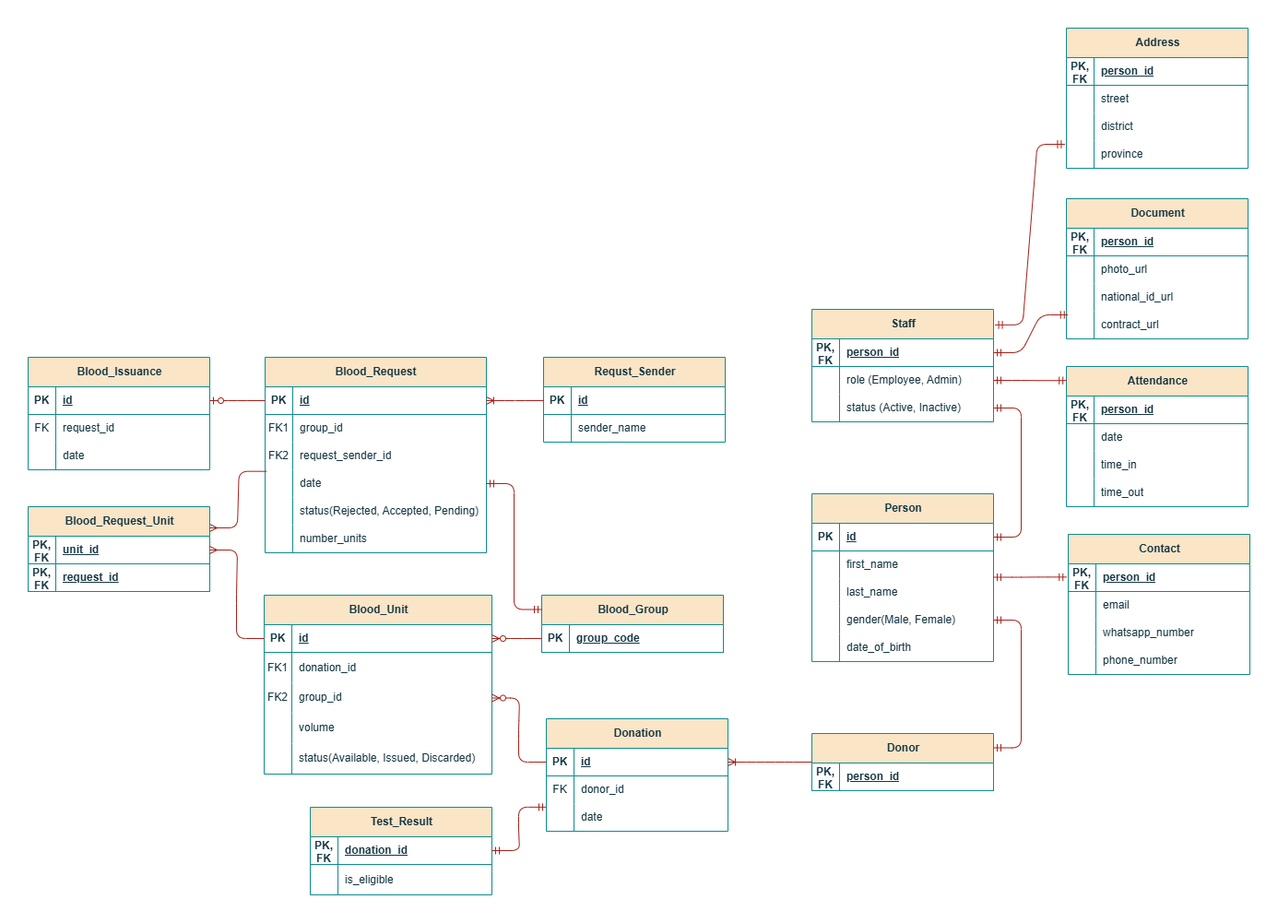
Earlier version of the draw.io export Blood Bank Database System/ERD_Files/ERD_Image.png (reza720/database-projects-collection). Source tidied: cells renumbered, new cells last; positions are measured from the earlier drawing's top-left corner, leaving out a move shared by most shapes.
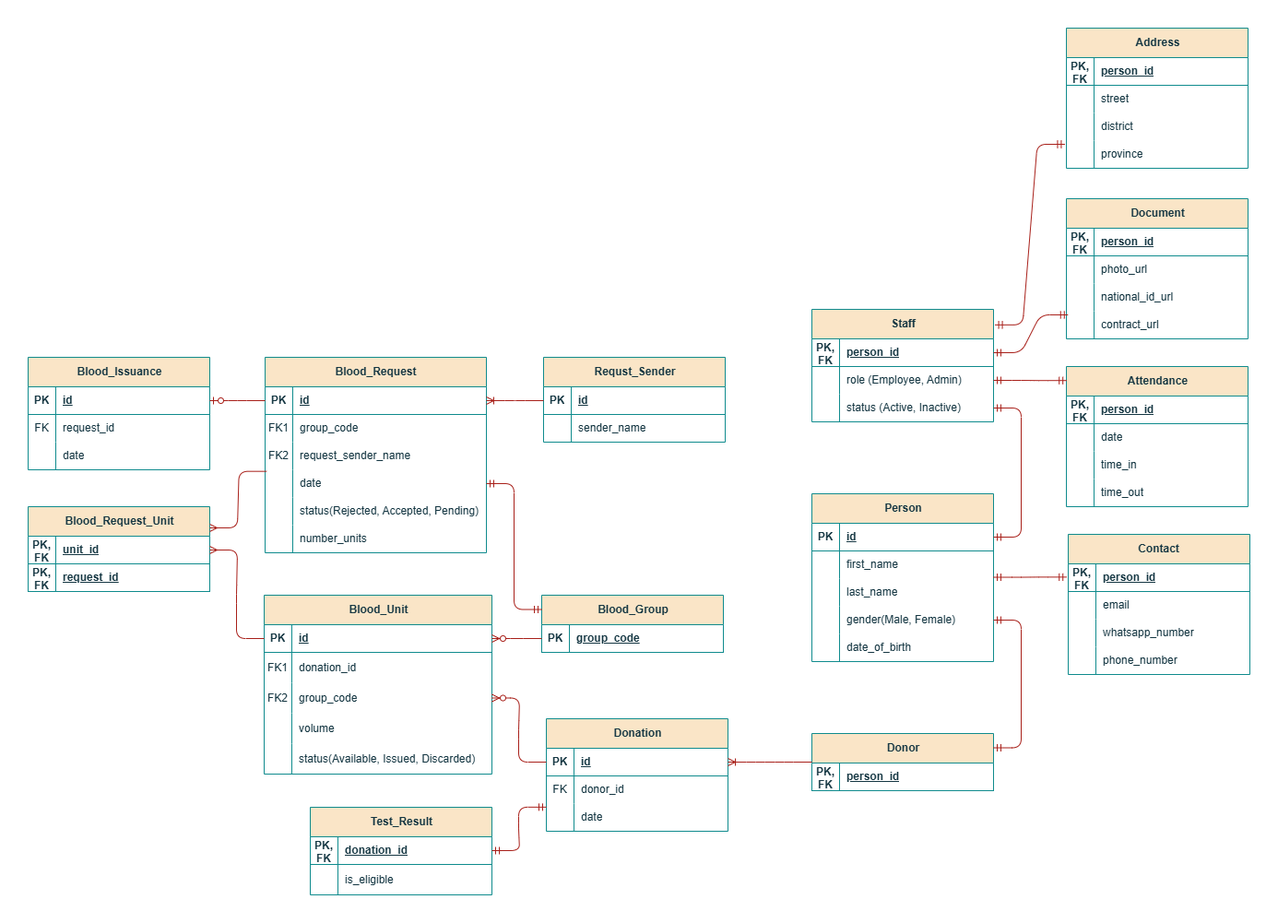
After the change.

Commit message:
ERD FKs fixed

Change to the diagram source:
```diff
@@ -353,7 +353,7 @@
     <mxCell id="117" value="FK2" style="shape=partialRectangle;fillColor=none;top=0;left=0;bottom=0;right=0;overflow=hidden;whiteSpace=wrap;html=1;labelBackgroundColor=none;textShadow=0;strokeColor=#0F8B8D;fontColor=#143642;" parent="116" vertex="1">
       <mxGeometry width="30" height="33" as="geometry" />
     </mxCell>
-    <mxCell id="118" value="group_id" style="shape=partialRectangle;fillColor=none;top=0;left=0;bottom=0;right=0;align=left;spacingLeft=6;overflow=hidden;whiteSpace=wrap;html=1;labelBackgroundColor=none;textShadow=0;strokeColor=#0F8B8D;fontColor=#143642;" parent="116" vertex="1">
+    <mxCell id="118" value="group_code" style="shape=partialRectangle;fillColor=none;top=0;left=0;bottom=0;right=0;align=left;spacingLeft=6;overflow=hidden;whiteSpace=wrap;html=1;labelBackgroundColor=none;textShadow=0;strokeColor=#0F8B8D;fontColor=#143642;" parent="116" vertex="1">
       <mxGeometry x="30" width="217" height="33" as="geometry" />
     </mxCell>
     <mxCell id="119" style="shape=tableRow;horizontal=0;startSize=0;swimlaneHead=0;swimlaneBody=0;fillColor=none;top=0;left=0;right=0;bottom=0;labelBackgroundColor=none;textShadow=0;fontStyle=1;strokeColor=#0F8B8D;fontColor=#143642;" parent="109" vertex="1">
@@ -410,7 +410,7 @@
     <mxCell id="136" value="FK1" style="shape=partialRectangle;fillColor=none;top=0;left=0;bottom=0;right=0;overflow=hidden;whiteSpace=wrap;html=1;labelBackgroundColor=none;textShadow=0;strokeColor=#0F8B8D;fontColor=#143642;" parent="135" vertex="1">
       <mxGeometry width="30" height="30" as="geometry" />
     </mxCell>
-    <mxCell id="137" value="group_id" style="shape=partialRectangle;fillColor=none;top=0;left=0;bottom=0;right=0;align=left;spacingLeft=6;overflow=hidden;whiteSpace=wrap;html=1;labelBackgroundColor=none;textShadow=0;strokeColor=#0F8B8D;fontColor=#143642;" parent="135" vertex="1">
+    <mxCell id="137" value="group_code" style="shape=partialRectangle;fillColor=none;top=0;left=0;bottom=0;right=0;align=left;spacingLeft=6;overflow=hidden;whiteSpace=wrap;html=1;labelBackgroundColor=none;textShadow=0;strokeColor=#0F8B8D;fontColor=#143642;" parent="135" vertex="1">
       <mxGeometry x="30" width="210" height="30" as="geometry" />
     </mxCell>
     <mxCell id="138" style="shape=tableRow;horizontal=0;startSize=0;swimlaneHead=0;swimlaneBody=0;fillColor=none;top=0;left=0;right=0;bottom=0;labelBackgroundColor=none;textShadow=0;fontStyle=1;strokeColor=#0F8B8D;fontColor=#143642;" parent="131" vertex="1">
@@ -419,7 +419,7 @@
     <mxCell id="139" value="FK2" style="shape=partialRectangle;fillColor=none;top=0;left=0;bottom=0;right=0;overflow=hidden;whiteSpace=wrap;html=1;labelBackgroundColor=none;textShadow=0;strokeColor=#0F8B8D;fontColor=#143642;" parent="138" vertex="1">
       <mxGeometry width="30" height="30" as="geometry" />
     </mxCell>
-    <mxCell id="140" value="request_sender_id" style="shape=partialRectangle;fillColor=none;top=0;left=0;bottom=0;right=0;align=left;spacingLeft=6;overflow=hidden;whiteSpace=wrap;html=1;labelBackgroundColor=none;textShadow=0;strokeColor=#0F8B8D;fontColor=#143642;" parent="138" vertex="1">
+    <mxCell id="140" value="request_sender_name" style="shape=partialRectangle;fillColor=none;top=0;left=0;bottom=0;right=0;align=left;spacingLeft=6;overflow=hidden;whiteSpace=wrap;html=1;labelBackgroundColor=none;textShadow=0;strokeColor=#0F8B8D;fontColor=#143642;" parent="138" vertex="1">
       <mxGeometry x="30" width="210" height="30" as="geometry" />
     </mxCell>
     <mxCell id="141" style="shape=tableRow;horizontal=0;startSize=0;swimlaneHead=0;swimlaneBody=0;fillColor=none;points=[[0,0.5],[1,0.5]];portConstraint=eastwest;top=0;left=0;right=0;bottom=0;labelBackgroundColor=none;textShadow=0;strokeColor=#0F8B8D;fontColor=#143642;" parent="131" vertex="1">
```
